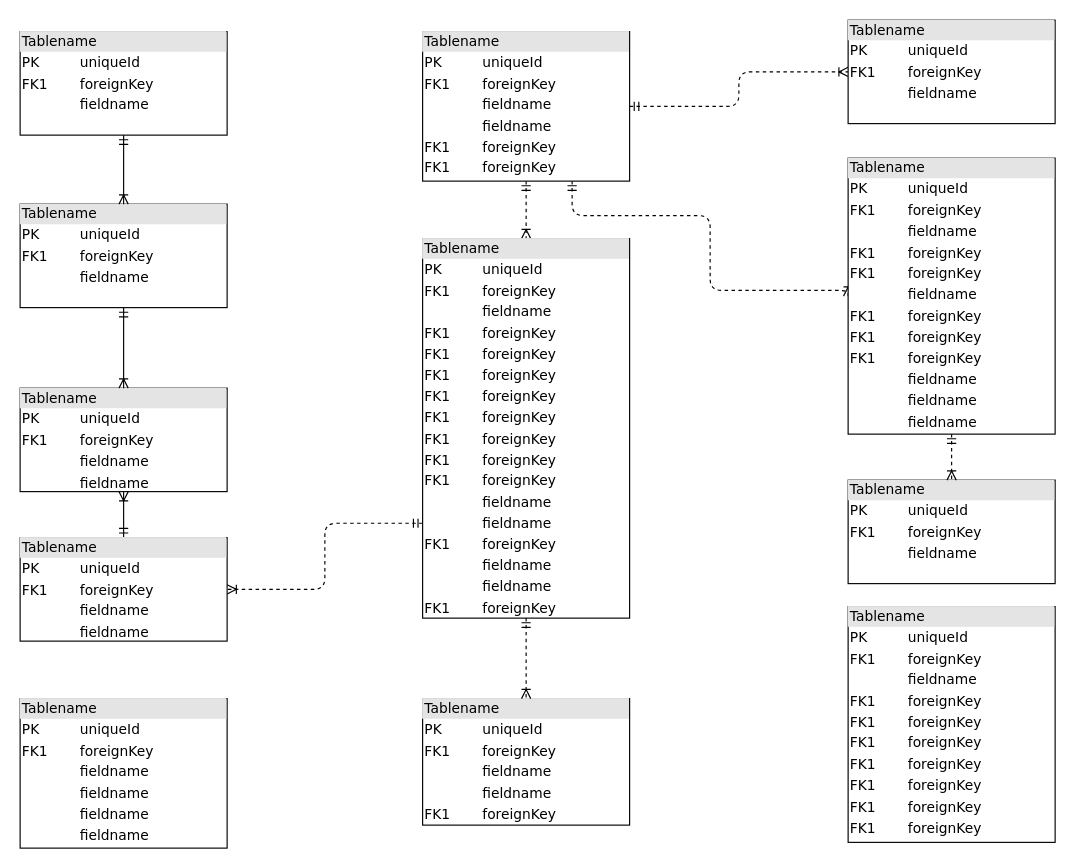
Sergey-Web/draw keeps this draw.io diagram as Untitled Diagram.drawio. Above is the earlier version. Source tidied: cells renumbered, new cells numbered last; positions are measured from the earlier drawing's top-left corner, leaving out a move shared by most shapes. Both pictures are drawn from the tidied source at 115%, with x=0, y=0 at pixel (20, 20).
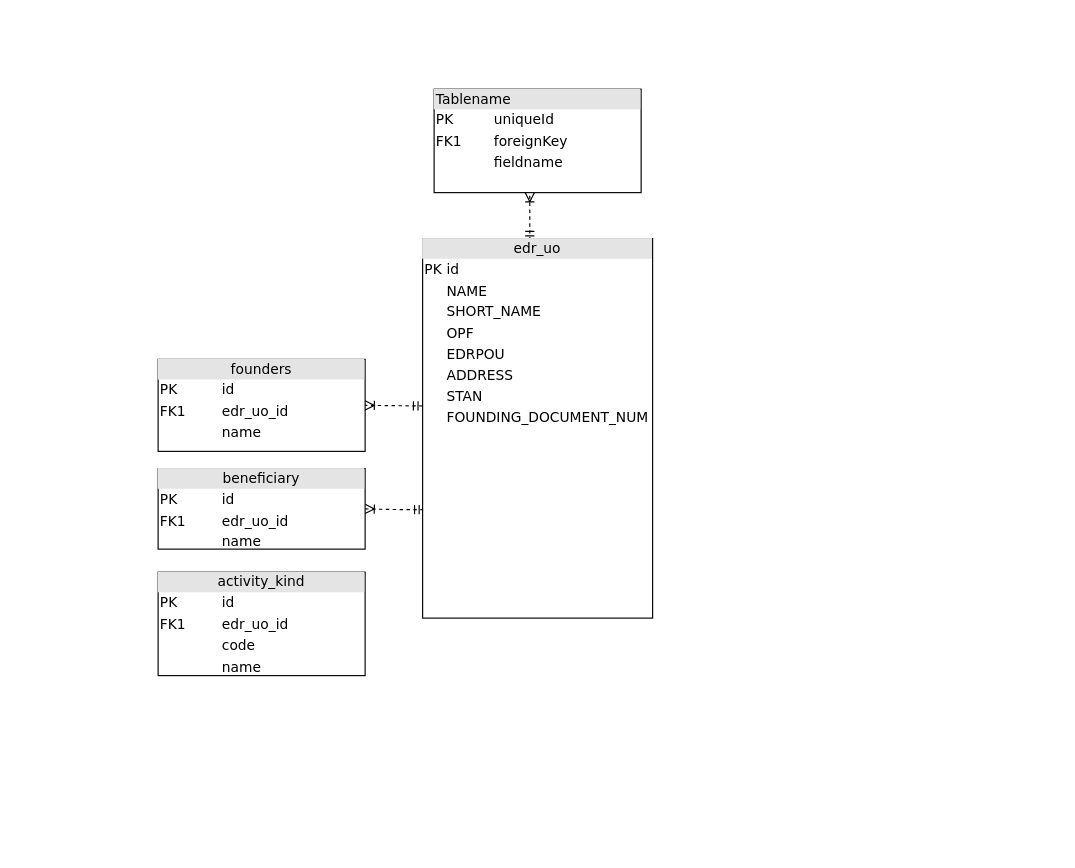
Above is the later version.

The edit, as a diff of the source:
```diff
@@
-    <mxCell id="2" value="&lt;div style=&quot;box-sizing:border-box;width:100%;background:#e4e4e4;padding:2px;&quot;&gt;Tablename&lt;/div&gt;&lt;table style=&quot;width:100%;font-size:1em;&quot; cellpadding=&quot;2&quot; cellspacing=&quot;0&quot;&gt;&lt;tr&gt;&lt;td&gt;PK&lt;/td&gt;&lt;td&gt;uniqueId&lt;/td&gt;&lt;/tr&gt;&lt;tr&gt;&lt;td&gt;FK1&lt;/td&gt;&lt;td&gt;foreignKey&lt;/td&gt;&lt;/tr&gt;&lt;tr&gt;&lt;td&gt;&lt;/td&gt;&lt;td&gt;fieldname&lt;/td&gt;&lt;/tr&gt;&lt;/table&gt;" style="verticalAlign=top;align=left;overflow=fill;html=1;rounded=0;shadow=0;comic=0;labelBackgroundColor=none;strokeWidth=1;fontFamily=Verdana;fontSize=12;" parent="1" vertex="1">
-      <mxGeometry y="10" width="180" height="90" as="geometry" />
-    </mxCell>
-    <mxCell id="3" style="edgeStyle=orthogonalEdgeStyle;html=1;entryX=0.5;entryY=0;dashed=1;labelBackgroundColor=none;startArrow=ERmandOne;endArrow=ERoneToMany;fontFamily=Verdana;fontSize=12;align=left;" parent="1" edge="1" source="6" target="16">
-      <mxGeometry relative="1" as="geometry" />
-    </mxCell>
-    <mxCell id="4" style="edgeStyle=orthogonalEdgeStyle;html=1;dashed=1;labelBackgroundColor=none;startArrow=ERmandOne;endArrow=ERoneToMany;fontFamily=Verdana;fontSize=12;align=left;entryX=0;entryY=0.5;" parent="1" edge="1" source="6" target="19">
-      <mxGeometry relative="1" as="geometry">
-        <Array as="points">
-          <mxPoint x="480" y="170" />
-          <mxPoint x="600" y="170" />
-          <mxPoint x="600" y="235" />
-        </Array>
-      </mxGeometry>
-    </mxCell>
-    <mxCell id="5" style="edgeStyle=orthogonalEdgeStyle;html=1;dashed=1;labelBackgroundColor=none;startArrow=ERmandOne;endArrow=ERoneToMany;fontFamily=Verdana;fontSize=12;align=left;" parent="1" edge="1" source="6" target="20">
-      <mxGeometry relative="1" as="geometry" />
+    <mxCell id="5" style="edgeStyle=orthogonalEdgeStyle;html=1;dashed=1;labelBackgroundColor=none;startArrow=ERmandOne;endArrow=ERoneToMany;fontFamily=Verdana;fontSize=12;align=left;exitX=0.466;exitY=0.005;exitDx=0;exitDy=0;exitPerimeter=0;" parent="1" edge="1" source="16" target="20">
+      <mxGeometry relative="1" as="geometry">
+        <Array as="points">
+          <mxPoint x="443" y="75" />
+          <mxPoint x="443" y="75" />
+        </Array>
+      </mxGeometry>
     </mxCell>
-    <mxCell id="6" value="&lt;div style=&quot;box-sizing: border-box ; width: 100% ; background: #e4e4e4 ; padding: 2px&quot;&gt;Tablename&lt;/div&gt;&lt;table style=&quot;width: 100% ; font-size: 1em&quot; cellpadding=&quot;2&quot; cellspacing=&quot;0&quot;&gt;&lt;tbody&gt;&lt;tr&gt;&lt;td&gt;PK&lt;/td&gt;&lt;td&gt;uniqueId&lt;/td&gt;&lt;/tr&gt;&lt;tr&gt;&lt;td&gt;FK1&lt;/td&gt;&lt;td&gt;foreignKey&lt;/td&gt;&lt;/tr&gt;&lt;tr&gt;&lt;td&gt;&lt;/td&gt;&lt;td&gt;fieldname&lt;/td&gt;&lt;/tr&gt;&lt;tr&gt;&lt;td&gt;&lt;br&gt;&lt;/td&gt;&lt;td&gt;fieldname&lt;br&gt;&lt;/td&gt;&lt;/tr&gt;&lt;tr&gt;&lt;td&gt;FK1&lt;br&gt;&lt;/td&gt;&lt;td&gt;foreignKey&lt;br&gt;&lt;/td&gt;&lt;/tr&gt;&lt;tr&gt;&lt;td&gt;FK1&lt;br&gt;&lt;/td&gt;&lt;td&gt;foreignKey&lt;br&gt;&lt;/td&gt;&lt;/tr&gt;&lt;/tbody&gt;&lt;/table&gt;" style="verticalAlign=top;align=left;overflow=fill;html=1;rounded=0;shadow=0;comic=0;labelBackgroundColor=none;strokeWidth=1;fontFamily=Verdana;fontSize=12;" parent="1" vertex="1">
-      <mxGeometry x="350" y="10" width="180" height="130" as="geometry" />
-    </mxCell>
-    <mxCell id="7" style="edgeStyle=orthogonalEdgeStyle;html=1;labelBackgroundColor=none;startArrow=ERmandOne;endArrow=ERoneToMany;fontFamily=Verdana;fontSize=12;align=left;" parent="1" edge="1" source="9" target="10">
-      <mxGeometry relative="1" as="geometry" />
-    </mxCell>
-    <mxCell id="8" style="edgeStyle=orthogonalEdgeStyle;html=1;exitX=0;exitY=0.75;entryX=1;entryY=0.5;dashed=1;labelBackgroundColor=none;startArrow=ERmandOne;endArrow=ERoneToMany;fontFamily=Verdana;fontSize=12;align=left;" parent="1" edge="1" source="16" target="9">
+    <mxCell id="8" style="edgeStyle=orthogonalEdgeStyle;html=1;exitX=0.005;exitY=0.714;entryX=1;entryY=0.5;dashed=1;labelBackgroundColor=none;startArrow=ERmandOne;endArrow=ERoneToMany;fontFamily=Verdana;fontSize=12;align=left;exitDx=0;exitDy=0;exitPerimeter=0;" parent="1" edge="1" source="16" target="9">
       <mxGeometry relative="1" as="geometry" />
     </mxCell>
-    <mxCell id="9" value="&lt;div style=&quot;box-sizing: border-box ; width: 100% ; background: #e4e4e4 ; padding: 2px&quot;&gt;Tablename&lt;/div&gt;&lt;table style=&quot;width: 100% ; font-size: 1em&quot; cellpadding=&quot;2&quot; cellspacing=&quot;0&quot;&gt;&lt;tbody&gt;&lt;tr&gt;&lt;td&gt;PK&lt;/td&gt;&lt;td&gt;uniqueId&lt;/td&gt;&lt;/tr&gt;&lt;tr&gt;&lt;td&gt;FK1&lt;/td&gt;&lt;td&gt;foreignKey&lt;/td&gt;&lt;/tr&gt;&lt;tr&gt;&lt;td&gt;&lt;/td&gt;&lt;td&gt;fieldname&lt;/td&gt;&lt;/tr&gt;&lt;tr&gt;&lt;td&gt;&lt;br&gt;&lt;/td&gt;&lt;td&gt;fieldname&lt;br&gt;&lt;/td&gt;&lt;/tr&gt;&lt;/tbody&gt;&lt;/table&gt;" style="verticalAlign=top;align=left;overflow=fill;html=1;rounded=0;shadow=0;comic=0;labelBackgroundColor=none;strokeWidth=1;fontFamily=Verdana;fontSize=12;" parent="1" vertex="1">
-      <mxGeometry y="450" width="180" height="90" as="geometry" />
+    <mxCell id="9" value="&lt;div style=&quot;text-align: center ; box-sizing: border-box ; width: 100% ; background: rgb(228 , 228 , 228) ; padding: 2px&quot;&gt;beneficiary&lt;/div&gt;&lt;table style=&quot;width: 100% ; font-size: 1em&quot; cellpadding=&quot;2&quot; cellspacing=&quot;0&quot;&gt;&lt;tbody&gt;&lt;tr&gt;&lt;td&gt;PK&lt;/td&gt;&lt;td&gt;id&lt;/td&gt;&lt;/tr&gt;&lt;tr&gt;&lt;td&gt;FK1&lt;/td&gt;&lt;td&gt;edr_uo_id&lt;/td&gt;&lt;/tr&gt;&lt;tr&gt;&lt;td&gt;&lt;/td&gt;&lt;td&gt;name&lt;/td&gt;&lt;/tr&gt;&lt;tr&gt;&lt;td&gt;&lt;br&gt;&lt;/td&gt;&lt;td&gt;&lt;br&gt;&lt;/td&gt;&lt;/tr&gt;&lt;/tbody&gt;&lt;/table&gt;" style="verticalAlign=top;align=left;overflow=fill;html=1;rounded=0;shadow=0;comic=0;labelBackgroundColor=none;strokeWidth=1;fontFamily=Verdana;fontSize=12;" parent="1" vertex="1">
+      <mxGeometry x="120" y="390" width="180" height="70" as="geometry" />
     </mxCell>
-    <mxCell id="10" value="&lt;div style=&quot;box-sizing: border-box ; width: 100% ; background: #e4e4e4 ; padding: 2px&quot;&gt;Tablename&lt;/div&gt;&lt;table style=&quot;width: 100% ; font-size: 1em&quot; cellpadding=&quot;2&quot; cellspacing=&quot;0&quot;&gt;&lt;tbody&gt;&lt;tr&gt;&lt;td&gt;PK&lt;/td&gt;&lt;td&gt;uniqueId&lt;/td&gt;&lt;/tr&gt;&lt;tr&gt;&lt;td&gt;FK1&lt;/td&gt;&lt;td&gt;foreignKey&lt;/td&gt;&lt;/tr&gt;&lt;tr&gt;&lt;td&gt;&lt;/td&gt;&lt;td&gt;fieldname&lt;/td&gt;&lt;/tr&gt;&lt;tr&gt;&lt;td&gt;&lt;br&gt;&lt;/td&gt;&lt;td&gt;fieldname&lt;br&gt;&lt;/td&gt;&lt;/tr&gt;&lt;/tbody&gt;&lt;/table&gt;" style="verticalAlign=top;align=left;overflow=fill;html=1;rounded=0;shadow=0;comic=0;labelBackgroundColor=none;strokeWidth=1;fontFamily=Verdana;fontSize=12;" parent="1" vertex="1">
-      <mxGeometry y="320" width="180" height="90" as="geometry" />
-    </mxCell>
-    <mxCell id="11" style="edgeStyle=orthogonalEdgeStyle;html=1;entryX=0.5;entryY=0;labelBackgroundColor=none;startArrow=ERmandOne;endArrow=ERoneToMany;fontFamily=Verdana;fontSize=12;align=left;" parent="1" edge="1" source="12" target="10">
-      <mxGeometry relative="1" as="geometry" />
-    </mxCell>
-    <mxCell id="12" value="&lt;div style=&quot;box-sizing:border-box;width:100%;background:#e4e4e4;padding:2px;&quot;&gt;Tablename&lt;/div&gt;&lt;table style=&quot;width:100%;font-size:1em;&quot; cellpadding=&quot;2&quot; cellspacing=&quot;0&quot;&gt;&lt;tr&gt;&lt;td&gt;PK&lt;/td&gt;&lt;td&gt;uniqueId&lt;/td&gt;&lt;/tr&gt;&lt;tr&gt;&lt;td&gt;FK1&lt;/td&gt;&lt;td&gt;foreignKey&lt;/td&gt;&lt;/tr&gt;&lt;tr&gt;&lt;td&gt;&lt;/td&gt;&lt;td&gt;fieldname&lt;/td&gt;&lt;/tr&gt;&lt;/table&gt;" style="verticalAlign=top;align=left;overflow=fill;html=1;rounded=0;shadow=0;comic=0;labelBackgroundColor=none;strokeWidth=1;fontFamily=Verdana;fontSize=12;" parent="1" vertex="1">
-      <mxGeometry y="160" width="180" height="90" as="geometry" />
-    </mxCell>
-    <mxCell id="13" value="&lt;div style=&quot;box-sizing: border-box ; width: 100% ; background: #e4e4e4 ; padding: 2px&quot;&gt;Tablename&lt;/div&gt;&lt;table style=&quot;width: 100% ; font-size: 1em&quot; cellpadding=&quot;2&quot; cellspacing=&quot;0&quot;&gt;&lt;tbody&gt;&lt;tr&gt;&lt;td&gt;PK&lt;/td&gt;&lt;td&gt;uniqueId&lt;/td&gt;&lt;/tr&gt;&lt;tr&gt;&lt;td&gt;FK1&lt;/td&gt;&lt;td&gt;foreignKey&lt;/td&gt;&lt;/tr&gt;&lt;tr&gt;&lt;td&gt;&lt;/td&gt;&lt;td&gt;fieldname&lt;/td&gt;&lt;/tr&gt;&lt;tr&gt;&lt;td&gt;FK1&lt;br&gt;&lt;/td&gt;&lt;td&gt;foreignKey&lt;br&gt;&lt;/td&gt;&lt;/tr&gt;&lt;tr&gt;&lt;td&gt;FK1&lt;br&gt;&lt;/td&gt;&lt;td&gt;foreignKey&lt;br&gt;&lt;/td&gt;&lt;/tr&gt;&lt;tr&gt;&lt;td&gt;FK1&lt;br&gt;&lt;/td&gt;&lt;td&gt;foreignKey&lt;br&gt;&lt;/td&gt;&lt;/tr&gt;&lt;tr&gt;&lt;td&gt;FK1&lt;br&gt;&lt;/td&gt;&lt;td&gt;foreignKey&lt;br&gt;&lt;/td&gt;&lt;/tr&gt;&lt;tr&gt;&lt;td&gt;FK1&lt;br&gt;&lt;/td&gt;&lt;td&gt;foreignKey&lt;br&gt;&lt;/td&gt;&lt;/tr&gt;&lt;tr&gt;&lt;td&gt;FK1&lt;br&gt;&lt;/td&gt;&lt;td&gt;foreignKey&lt;br&gt;&lt;/td&gt;&lt;/tr&gt;&lt;tr&gt;&lt;td&gt;FK1&lt;br&gt;&lt;/td&gt;&lt;td&gt;foreignKey&lt;br&gt;&lt;/td&gt;&lt;/tr&gt;&lt;/tbody&gt;&lt;/table&gt;" style="verticalAlign=top;align=left;overflow=fill;html=1;rounded=0;shadow=0;comic=0;labelBackgroundColor=none;strokeWidth=1;fontFamily=Verdana;fontSize=12;" parent="1" vertex="1">
-      <mxGeometry x="720" y="510" width="180" height="205" as="geometry" />
-    </mxCell>
-    <mxCell id="14" value="&lt;div style=&quot;box-sizing: border-box ; width: 100% ; background: #e4e4e4 ; padding: 2px&quot;&gt;Tablename&lt;/div&gt;&lt;table style=&quot;width: 100% ; font-size: 1em&quot; cellpadding=&quot;2&quot; cellspacing=&quot;0&quot;&gt;&lt;tbody&gt;&lt;tr&gt;&lt;td&gt;PK&lt;/td&gt;&lt;td&gt;uniqueId&lt;/td&gt;&lt;/tr&gt;&lt;tr&gt;&lt;td&gt;FK1&lt;/td&gt;&lt;td&gt;foreignKey&lt;/td&gt;&lt;/tr&gt;&lt;tr&gt;&lt;td&gt;&lt;/td&gt;&lt;td&gt;fieldname&lt;/td&gt;&lt;/tr&gt;&lt;tr&gt;&lt;td&gt;&lt;br&gt;&lt;/td&gt;&lt;td&gt;fieldname&lt;br&gt;&lt;/td&gt;&lt;/tr&gt;&lt;tr&gt;&lt;td&gt;FK1&lt;br&gt;&lt;/td&gt;&lt;td&gt;foreignKey&lt;br&gt;&lt;/td&gt;&lt;/tr&gt;&lt;/tbody&gt;&lt;/table&gt;" style="verticalAlign=top;align=left;overflow=fill;html=1;rounded=0;shadow=0;comic=0;labelBackgroundColor=none;strokeWidth=1;fontFamily=Verdana;fontSize=12;" parent="1" vertex="1">
-      <mxGeometry x="350" y="590" width="180" height="110" as="geometry" />
+    <mxCell id="14" value="&lt;div style=&quot;text-align: center ; box-sizing: border-box ; width: 100% ; background: rgb(228 , 228 , 228) ; padding: 2px&quot;&gt;activity_kind&lt;/div&gt;&lt;table style=&quot;width: 100% ; font-size: 1em&quot; cellpadding=&quot;2&quot; cellspacing=&quot;0&quot;&gt;&lt;tbody&gt;&lt;tr&gt;&lt;td&gt;PK&lt;/td&gt;&lt;td&gt;id&lt;/td&gt;&lt;/tr&gt;&lt;tr&gt;&lt;td&gt;FK1&lt;/td&gt;&lt;td&gt;edr_uo_id&lt;br&gt;&lt;/td&gt;&lt;/tr&gt;&lt;tr&gt;&lt;td&gt;&lt;/td&gt;&lt;td&gt;code&lt;/td&gt;&lt;/tr&gt;&lt;tr&gt;&lt;td&gt;&lt;br&gt;&lt;/td&gt;&lt;td&gt;name&lt;br&gt;&lt;/td&gt;&lt;/tr&gt;&lt;tr&gt;&lt;td&gt;&lt;br&gt;&lt;/td&gt;&lt;td&gt;&lt;br&gt;&lt;/td&gt;&lt;/tr&gt;&lt;/tbody&gt;&lt;/table&gt;" style="verticalAlign=top;align=left;overflow=fill;html=1;rounded=0;shadow=0;comic=0;labelBackgroundColor=none;strokeWidth=1;fontFamily=Verdana;fontSize=12;" parent="1" vertex="1">
+      <mxGeometry x="120" y="480" width="180" height="90" as="geometry" />
     </mxCell>
-    <mxCell id="15" style="edgeStyle=orthogonalEdgeStyle;html=1;entryX=0.5;entryY=0;labelBackgroundColor=none;startArrow=ERmandOne;endArrow=ERoneToMany;fontFamily=Verdana;fontSize=12;align=left;dashed=1;" parent="1" edge="1" source="16" target="14">
-      <mxGeometry relative="1" as="geometry" />
-    </mxCell>
-    <mxCell id="16" value="&lt;div style=&quot;box-sizing: border-box ; width: 100% ; background: #e4e4e4 ; padding: 2px&quot;&gt;Tablename&lt;/div&gt;&lt;table style=&quot;width: 100% ; font-size: 1em&quot; cellpadding=&quot;2&quot; cellspacing=&quot;0&quot;&gt;&lt;tbody&gt;&lt;tr&gt;&lt;td&gt;PK&lt;/td&gt;&lt;td&gt;uniqueId&lt;/td&gt;&lt;/tr&gt;&lt;tr&gt;&lt;td&gt;FK1&lt;/td&gt;&lt;td&gt;foreignKey&lt;/td&gt;&lt;/tr&gt;&lt;tr&gt;&lt;td&gt;&lt;/td&gt;&lt;td&gt;fieldname&lt;/td&gt;&lt;/tr&gt;&lt;tr&gt;&lt;td&gt;FK1&lt;br&gt;&lt;/td&gt;&lt;td&gt;foreignKey&lt;br&gt;&lt;/td&gt;&lt;/tr&gt;&lt;tr&gt;&lt;td&gt;FK1&lt;br&gt;&lt;/td&gt;&lt;td&gt;foreignKey&lt;br&gt;&lt;/td&gt;&lt;/tr&gt;&lt;tr&gt;&lt;td&gt;FK1&lt;br&gt;&lt;/td&gt;&lt;td&gt;foreignKey&lt;br&gt;&lt;/td&gt;&lt;/tr&gt;&lt;tr&gt;&lt;td&gt;FK1&lt;br&gt;&lt;/td&gt;&lt;td&gt;foreignKey&lt;br&gt;&lt;/td&gt;&lt;/tr&gt;&lt;tr&gt;&lt;td&gt;FK1&lt;br&gt;&lt;/td&gt;&lt;td&gt;foreignKey&lt;br&gt;&lt;/td&gt;&lt;/tr&gt;&lt;tr&gt;&lt;td&gt;FK1&lt;br&gt;&lt;/td&gt;&lt;td&gt;foreignKey&lt;br&gt;&lt;/td&gt;&lt;/tr&gt;&lt;tr&gt;&lt;td&gt;FK1&lt;br&gt;&lt;/td&gt;&lt;td&gt;foreignKey&lt;br&gt;&lt;/td&gt;&lt;/tr&gt;&lt;tr&gt;&lt;td&gt;FK1&lt;br&gt;&lt;/td&gt;&lt;td&gt;foreignKey&lt;br&gt;&lt;/td&gt;&lt;/tr&gt;&lt;tr&gt;&lt;td&gt;&lt;br&gt;&lt;/td&gt;&lt;td&gt;fieldname&lt;br&gt;&lt;/td&gt;&lt;/tr&gt;&lt;tr&gt;&lt;td&gt;&lt;br&gt;&lt;/td&gt;&lt;td&gt;fieldname&lt;br&gt;&lt;/td&gt;&lt;/tr&gt;&lt;tr&gt;&lt;td&gt;FK1&lt;br&gt;&lt;/td&gt;&lt;td&gt;foreignKey&lt;br&gt;&lt;/td&gt;&lt;/tr&gt;&lt;tr&gt;&lt;td&gt;&lt;br&gt;&lt;/td&gt;&lt;td&gt;fieldname&lt;br&gt;&lt;/td&gt;&lt;/tr&gt;&lt;tr&gt;&lt;td&gt;&lt;br&gt;&lt;/td&gt;&lt;td&gt;fieldname&lt;br&gt;&lt;/td&gt;&lt;/tr&gt;&lt;tr&gt;&lt;td&gt;FK1&lt;br&gt;&lt;/td&gt;&lt;td&gt;foreignKey&lt;br&gt;&lt;/td&gt;&lt;/tr&gt;&lt;/tbody&gt;&lt;/table&gt;" style="verticalAlign=top;align=left;overflow=fill;html=1;rounded=0;shadow=0;comic=0;labelBackgroundColor=none;strokeWidth=1;fontFamily=Verdana;fontSize=12;" parent="1" vertex="1">
-      <mxGeometry x="350" y="190" width="180" height="330" as="geometry" />
+    <mxCell id="16" value="&lt;div style=&quot;text-align: center ; box-sizing: border-box ; width: 100% ; background: rgb(228 , 228 , 228) ; padding: 2px&quot;&gt;edr_uo&lt;br&gt;&lt;/div&gt;&lt;table style=&quot;width: 100% ; font-size: 1em&quot; cellpadding=&quot;2&quot; cellspacing=&quot;0&quot;&gt;&lt;tbody&gt;&lt;tr&gt;&lt;td&gt;PK&lt;/td&gt;&lt;td&gt;id&lt;/td&gt;&lt;/tr&gt;&lt;tr&gt;&lt;td&gt;&lt;br&gt;&lt;/td&gt;&lt;td&gt;NAME&lt;/td&gt;&lt;/tr&gt;&lt;tr&gt;&lt;td&gt;&lt;/td&gt;&lt;td&gt;SHORT_NAME&lt;/td&gt;&lt;/tr&gt;&lt;tr&gt;&lt;td&gt;&lt;br&gt;&lt;/td&gt;&lt;td&gt;OPF&lt;br&gt;&lt;/td&gt;&lt;/tr&gt;&lt;tr&gt;&lt;td&gt;&lt;br&gt;&lt;/td&gt;&lt;td&gt;EDRPOU&lt;br&gt;&lt;/td&gt;&lt;/tr&gt;&lt;tr&gt;&lt;td&gt;&lt;br&gt;&lt;/td&gt;&lt;td&gt;ADDRESS&lt;br&gt;&lt;/td&gt;&lt;/tr&gt;&lt;tr&gt;&lt;td&gt;&lt;br&gt;&lt;/td&gt;&lt;td&gt;STAN&lt;br&gt;&lt;/td&gt;&lt;/tr&gt;&lt;tr&gt;&lt;td&gt;&lt;br&gt;&lt;/td&gt;&lt;td&gt;FOUNDING_DOCUMENT_NUM&lt;br&gt;&lt;/td&gt;&lt;/tr&gt;&lt;tr&gt;&lt;td&gt;&lt;br&gt;&lt;/td&gt;&lt;td&gt;&lt;br&gt;&lt;/td&gt;&lt;/tr&gt;&lt;tr&gt;&lt;td&gt;&lt;/td&gt;&lt;td&gt;&lt;/td&gt;&lt;/tr&gt;&lt;/tbody&gt;&lt;/table&gt;" style="verticalAlign=top;align=left;overflow=fill;html=1;rounded=0;shadow=0;comic=0;labelBackgroundColor=none;strokeWidth=1;fontFamily=Verdana;fontSize=12;" parent="1" vertex="1">
+      <mxGeometry x="350" y="190" width="200" height="330" as="geometry" />
     </mxCell>
-    <mxCell id="17" value="&lt;div style=&quot;box-sizing:border-box;width:100%;background:#e4e4e4;padding:2px;&quot;&gt;Tablename&lt;/div&gt;&lt;table style=&quot;width:100%;font-size:1em;&quot; cellpadding=&quot;2&quot; cellspacing=&quot;0&quot;&gt;&lt;tr&gt;&lt;td&gt;PK&lt;/td&gt;&lt;td&gt;uniqueId&lt;/td&gt;&lt;/tr&gt;&lt;tr&gt;&lt;td&gt;FK1&lt;/td&gt;&lt;td&gt;foreignKey&lt;/td&gt;&lt;/tr&gt;&lt;tr&gt;&lt;td&gt;&lt;/td&gt;&lt;td&gt;fieldname&lt;/td&gt;&lt;/tr&gt;&lt;/table&gt;" style="verticalAlign=top;align=left;overflow=fill;html=1;rounded=0;shadow=0;comic=0;labelBackgroundColor=none;strokeWidth=1;fontFamily=Verdana;fontSize=12;" parent="1" vertex="1">
-      <mxGeometry x="720" y="400" width="180" height="90" as="geometry" />
-    </mxCell>
-    <mxCell id="18" style="edgeStyle=orthogonalEdgeStyle;html=1;entryX=0.5;entryY=0;dashed=1;labelBackgroundColor=none;startArrow=ERmandOne;endArrow=ERoneToMany;fontFamily=Verdana;fontSize=12;align=left;" parent="1" edge="1" source="19" target="17">
-      <mxGeometry relative="1" as="geometry" />
-    </mxCell>
-    <mxCell id="19" value="&lt;div style=&quot;box-sizing: border-box ; width: 100% ; background: #e4e4e4 ; padding: 2px&quot;&gt;Tablename&lt;/div&gt;&lt;table style=&quot;width: 100% ; font-size: 1em&quot; cellpadding=&quot;2&quot; cellspacing=&quot;0&quot;&gt;&lt;tbody&gt;&lt;tr&gt;&lt;td&gt;PK&lt;/td&gt;&lt;td&gt;uniqueId&lt;/td&gt;&lt;/tr&gt;&lt;tr&gt;&lt;td&gt;FK1&lt;/td&gt;&lt;td&gt;foreignKey&lt;/td&gt;&lt;/tr&gt;&lt;tr&gt;&lt;td&gt;&lt;/td&gt;&lt;td&gt;fieldname&lt;/td&gt;&lt;/tr&gt;&lt;tr&gt;&lt;td&gt;FK1&lt;br&gt;&lt;/td&gt;&lt;td&gt;foreignKey&lt;br&gt;&lt;/td&gt;&lt;/tr&gt;&lt;tr&gt;&lt;td&gt;FK1&lt;br&gt;&lt;/td&gt;&lt;td&gt;foreignKey&lt;br&gt;&lt;/td&gt;&lt;/tr&gt;&lt;tr&gt;&lt;td&gt;&lt;br&gt;&lt;/td&gt;&lt;td&gt;fieldname&lt;br&gt;&lt;/td&gt;&lt;/tr&gt;&lt;tr&gt;&lt;td&gt;FK1&lt;br&gt;&lt;/td&gt;&lt;td&gt;foreignKey&lt;br&gt;&lt;/td&gt;&lt;/tr&gt;&lt;tr&gt;&lt;td&gt;FK1&lt;br&gt;&lt;/td&gt;&lt;td&gt;foreignKey&lt;br&gt;&lt;/td&gt;&lt;/tr&gt;&lt;tr&gt;&lt;td&gt;FK1&lt;br&gt;&lt;/td&gt;&lt;td&gt;foreignKey&lt;br&gt;&lt;/td&gt;&lt;/tr&gt;&lt;tr&gt;&lt;td&gt;&lt;br&gt;&lt;/td&gt;&lt;td&gt;fieldname&lt;br&gt;&lt;/td&gt;&lt;/tr&gt;&lt;tr&gt;&lt;td&gt;&lt;br&gt;&lt;/td&gt;&lt;td&gt;fieldname&lt;br&gt;&lt;/td&gt;&lt;/tr&gt;&lt;tr&gt;&lt;td&gt;&lt;br&gt;&lt;/td&gt;&lt;td&gt;fieldname&lt;br&gt;&lt;/td&gt;&lt;/tr&gt;&lt;/tbody&gt;&lt;/table&gt;" style="verticalAlign=top;align=left;overflow=fill;html=1;rounded=0;shadow=0;comic=0;labelBackgroundColor=none;strokeWidth=1;fontFamily=Verdana;fontSize=12;" parent="1" vertex="1">
-      <mxGeometry x="720" y="120" width="180" height="240" as="geometry" />
-    </mxCell>
     <mxCell id="20" value="&lt;div style=&quot;box-sizing:border-box;width:100%;background:#e4e4e4;padding:2px;&quot;&gt;Tablename&lt;/div&gt;&lt;table style=&quot;width:100%;font-size:1em;&quot; cellpadding=&quot;2&quot; cellspacing=&quot;0&quot;&gt;&lt;tr&gt;&lt;td&gt;PK&lt;/td&gt;&lt;td&gt;uniqueId&lt;/td&gt;&lt;/tr&gt;&lt;tr&gt;&lt;td&gt;FK1&lt;/td&gt;&lt;td&gt;foreignKey&lt;/td&gt;&lt;/tr&gt;&lt;tr&gt;&lt;td&gt;&lt;/td&gt;&lt;td&gt;fieldname&lt;/td&gt;&lt;/tr&gt;&lt;/table&gt;" style="verticalAlign=top;align=left;overflow=fill;html=1;rounded=0;shadow=0;comic=0;labelBackgroundColor=none;strokeWidth=1;fontFamily=Verdana;fontSize=12;" parent="1" vertex="1">
-      <mxGeometry x="720" width="180" height="90" as="geometry" />
+      <mxGeometry x="360" y="60" width="180" height="90" as="geometry" />
     </mxCell>
-    <mxCell id="21" value="&lt;div style=&quot;box-sizing: border-box ; width: 100% ; background: #e4e4e4 ; padding: 2px&quot;&gt;Tablename&lt;/div&gt;&lt;table style=&quot;width: 100% ; font-size: 1em&quot; cellpadding=&quot;2&quot; cellspacing=&quot;0&quot;&gt;&lt;tbody&gt;&lt;tr&gt;&lt;td&gt;PK&lt;/td&gt;&lt;td&gt;uniqueId&lt;/td&gt;&lt;/tr&gt;&lt;tr&gt;&lt;td&gt;FK1&lt;/td&gt;&lt;td&gt;foreignKey&lt;/td&gt;&lt;/tr&gt;&lt;tr&gt;&lt;td&gt;&lt;/td&gt;&lt;td&gt;fieldname&lt;/td&gt;&lt;/tr&gt;&lt;tr&gt;&lt;td&gt;&lt;br&gt;&lt;/td&gt;&lt;td&gt;fieldname&lt;br&gt;&lt;/td&gt;&lt;/tr&gt;&lt;tr&gt;&lt;td&gt;&lt;br&gt;&lt;/td&gt;&lt;td&gt;fieldname&lt;br&gt;&lt;/td&gt;&lt;/tr&gt;&lt;tr&gt;&lt;td&gt;&lt;br&gt;&lt;/td&gt;&lt;td&gt;fieldname&lt;br&gt;&lt;/td&gt;&lt;/tr&gt;&lt;/tbody&gt;&lt;/table&gt;" style="verticalAlign=top;align=left;overflow=fill;html=1;rounded=0;shadow=0;comic=0;labelBackgroundColor=none;strokeWidth=1;fontFamily=Verdana;fontSize=12;" parent="1" vertex="1">
-      <mxGeometry y="590" width="180" height="130" as="geometry" />
-    </mxCell>
-    <mxCell id="22" style="edgeStyle=orthogonalEdgeStyle;html=1;endArrow=ERoneToMany;startArrow=ERmandOne;labelBackgroundColor=none;fontFamily=Verdana;fontSize=12;align=left;exitX=0.5;exitY=1;entryX=0.5;entryY=0;" parent="1" edge="1" source="2" target="12">
-      <mxGeometry relative="1" as="geometry" />
-    </mxCell>
+    <mxCell id="23" value="&lt;div style=&quot;text-align: center ; box-sizing: border-box ; width: 100% ; background: rgb(228 , 228 , 228) ; padding: 2px&quot;&gt;founders&lt;/div&gt;&lt;table style=&quot;width: 100% ; font-size: 1em&quot; cellpadding=&quot;2&quot; cellspacing=&quot;0&quot;&gt;&lt;tbody&gt;&lt;tr&gt;&lt;td&gt;PK&lt;/td&gt;&lt;td&gt;id&lt;/td&gt;&lt;/tr&gt;&lt;tr&gt;&lt;td&gt;FK1&lt;/td&gt;&lt;td&gt;edr_uo_id&lt;/td&gt;&lt;/tr&gt;&lt;tr&gt;&lt;td&gt;&lt;/td&gt;&lt;td&gt;name&lt;/td&gt;&lt;/tr&gt;&lt;tr&gt;&lt;td&gt;&lt;br&gt;&lt;/td&gt;&lt;td&gt;&lt;br&gt;&lt;/td&gt;&lt;/tr&gt;&lt;/tbody&gt;&lt;/table&gt;" style="verticalAlign=top;align=left;overflow=fill;html=1;rounded=0;shadow=0;comic=0;labelBackgroundColor=none;strokeWidth=1;fontFamily=Verdana;fontSize=12;" parent="1" vertex="1">
+      <mxGeometry x="120" y="295" width="180" height="80" as="geometry" />
+    </mxCell>
+    <mxCell id="24" style="edgeStyle=orthogonalEdgeStyle;html=1;dashed=1;labelBackgroundColor=none;startArrow=ERmandOne;endArrow=ERoneToMany;fontFamily=Verdana;fontSize=12;align=left;" parent="1" edge="1">
+      <mxGeometry relative="1" as="geometry">
+        <mxPoint x="350" y="335.5" as="sourcePoint" />
+        <mxPoint x="300" y="335" as="targetPoint" />
+        <Array as="points">
+          <mxPoint x="350" y="335.5" />
+          <mxPoint x="220" y="335.5" />
+        </Array>
+      </mxGeometry>
+    </mxCell>
```
